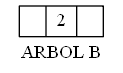
Above: EDD_Proyecto2/Reportes/B.png in hr9457/EDD_1S2020_PY2_201314296 (Graphviz), before the change. Its source is kept beside it as EDD_Proyecto2/ArchivosDot/B.dot.
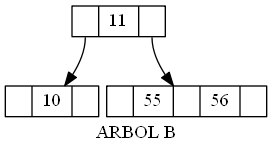
After the commit.

What changed in the source:
```diff
@@ -1,6 +1,10 @@
 digraph B{
 nodesep=0.08;
 node [shape=record,width=0.1,height=0.1];
-nodo2[label="<h0>| 2| <h1>" ];
+nodo11[label="<h0>| 11| <h1>" ];
+nodo10[label="<h0>| 10| <h1>" ];
+nodo55[label="<h0>| 55| <h1>| 56| <h2>" ];
+nodo11:h0->nodo10;
+nodo11:h1->nodo55;
 label = " ARBOL B ";
 }
```
